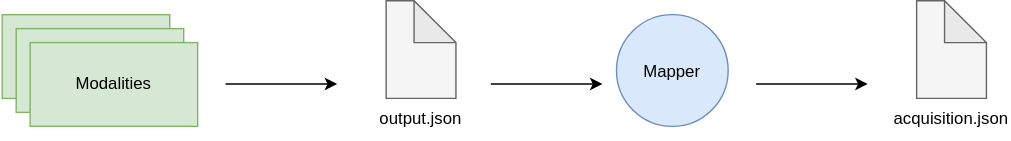
This is docs/source/diagrams/high_level/multimodal_2a.drawio.svg from AllenNeuralDynamics/aind-software-docs, a draw.io export, as it was before one commit. Source tidied: cells renumbered, new cells last; positions are measured from the earlier drawing's top-left corner, leaving out a move shared by most shapes. Source of this version:
```xml
<mxGraphModel>
  <root>
    <mxCell id="0" />
    <mxCell id="1" parent="0" />
    <mxCell id="2" style="rounded=0;whiteSpace=wrap;html=1;labelBackgroundColor=none;fillColor=#d5e8d4;strokeColor=#82b366;" parent="1" vertex="1">
      <mxGeometry y="10" width="120" height="60" as="geometry" />
    </mxCell>
    <mxCell id="3" style="rounded=0;whiteSpace=wrap;html=1;labelBackgroundColor=none;fillColor=#d5e8d4;strokeColor=#82b366;" parent="1" vertex="1">
      <mxGeometry x="10" y="20" width="120" height="60" as="geometry" />
    </mxCell>
    <mxCell id="4" value="Modalities" style="rounded=0;whiteSpace=wrap;html=1;labelBackgroundColor=none;fillColor=#d5e8d4;strokeColor=#82b366;" parent="1" vertex="1">
      <mxGeometry x="20" y="30" width="120" height="60" as="geometry" />
    </mxCell>
    <mxCell id="5" style="endArrow=classic;html=1;rounded=0;labelBackgroundColor=none;fontColor=default;" parent="1" edge="1">
      <mxGeometry relative="1" as="geometry">
        <mxPoint x="160" y="59.7" as="sourcePoint" />
        <mxPoint x="240" y="59.7" as="targetPoint" />
      </mxGeometry>
    </mxCell>
    <mxCell id="6" style="shape=note;whiteSpace=wrap;html=1;backgroundOutline=1;darkOpacity=0.05;labelBackgroundColor=none;fillColor=#f5f5f5;fontColor=#333333;strokeColor=#666666;" parent="1" vertex="1">
      <mxGeometry x="275" width="50" height="70" as="geometry" />
    </mxCell>
    <mxCell id="7" value="output.json" style="text;html=1;whiteSpace=wrap;align=center;verticalAlign=middle;rounded=0;labelBackgroundColor=none;" parent="1" vertex="1">
      <mxGeometry x="270" y="70" width="60" height="30" as="geometry" />
    </mxCell>
    <mxCell id="8" style="endArrow=classic;html=1;rounded=0;labelBackgroundColor=none;fontColor=default;" parent="1" edge="1">
      <mxGeometry relative="1" as="geometry">
        <mxPoint x="350" y="59.7" as="sourcePoint" />
        <mxPoint x="430" y="59.7" as="targetPoint" />
      </mxGeometry>
    </mxCell>
    <mxCell id="9" style="endArrow=classic;html=1;rounded=0;labelBackgroundColor=none;fontColor=default;" parent="1" edge="1">
      <mxGeometry relative="1" as="geometry">
        <mxPoint x="540" y="59.7" as="sourcePoint" />
        <mxPoint x="620" y="59.7" as="targetPoint" />
      </mxGeometry>
    </mxCell>
    <mxCell id="10" style="shape=note;whiteSpace=wrap;html=1;backgroundOutline=1;darkOpacity=0.05;labelBackgroundColor=none;fillColor=#f5f5f5;fontColor=#333333;strokeColor=#666666;" parent="1" vertex="1">
      <mxGeometry x="655" width="50" height="70" as="geometry" />
    </mxCell>
    <mxCell id="11" value="acquisition.json" style="text;html=1;whiteSpace=wrap;align=center;verticalAlign=middle;rounded=0;labelBackgroundColor=none;" parent="1" vertex="1">
      <mxGeometry x="650" y="70" width="60" height="30" as="geometry" />
    </mxCell>
    <mxCell id="12" value="Mapper" style="ellipse;whiteSpace=wrap;html=1;shapeInside=1;fillColor=#dae8fc;strokeColor=#6c8ebf;" parent="1" vertex="1">
      <mxGeometry x="440" y="10" width="80" height="80" as="geometry" />
    </mxCell>
  </root>
</mxGraphModel>
```
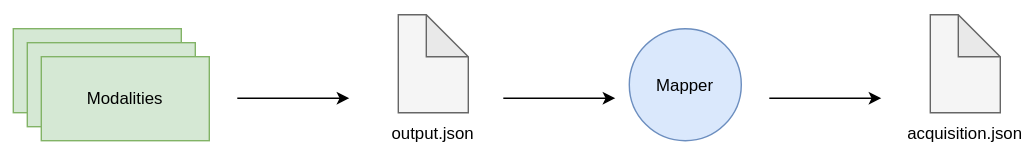
After the change.

What changed in the source:
```diff
@@ -2,6 +2,9 @@
   <root>
     <mxCell id="0" />
     <mxCell id="1" parent="0" />
+    <mxCell id="13" style="rounded=0;whiteSpace=wrap;html=1;strokeColor=none;" parent="1" vertex="1">
+      <mxGeometry x="-9" y="-10" width="740" height="110" as="geometry" />
+    </mxCell>
     <mxCell id="2" style="rounded=0;whiteSpace=wrap;html=1;labelBackgroundColor=none;fillColor=#d5e8d4;strokeColor=#82b366;" parent="1" vertex="1">
       <mxGeometry y="10" width="120" height="60" as="geometry" />
     </mxCell>
```
